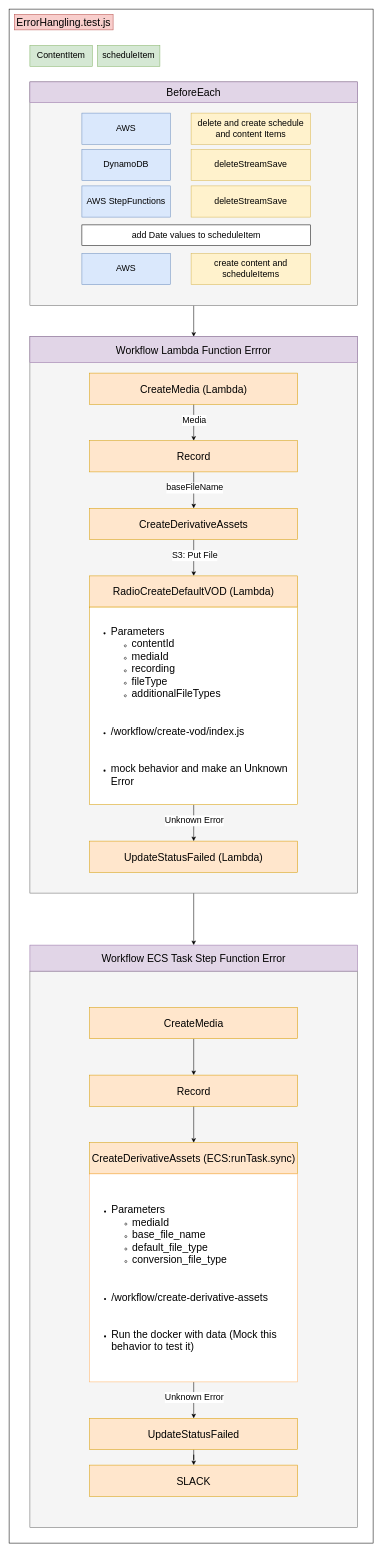
Above: test_design/AWS_test.drawio in brightlightkim/Coding_Design (draw.io), before the change. Source tidied: cells renumbered, new cells numbered last; positions are measured from the earlier drawing's top-left corner, leaving out a move shared by most shapes. Both pictures are drawn from the tidied source at 52%, with x=0, y=0 at pixel (9, 9).
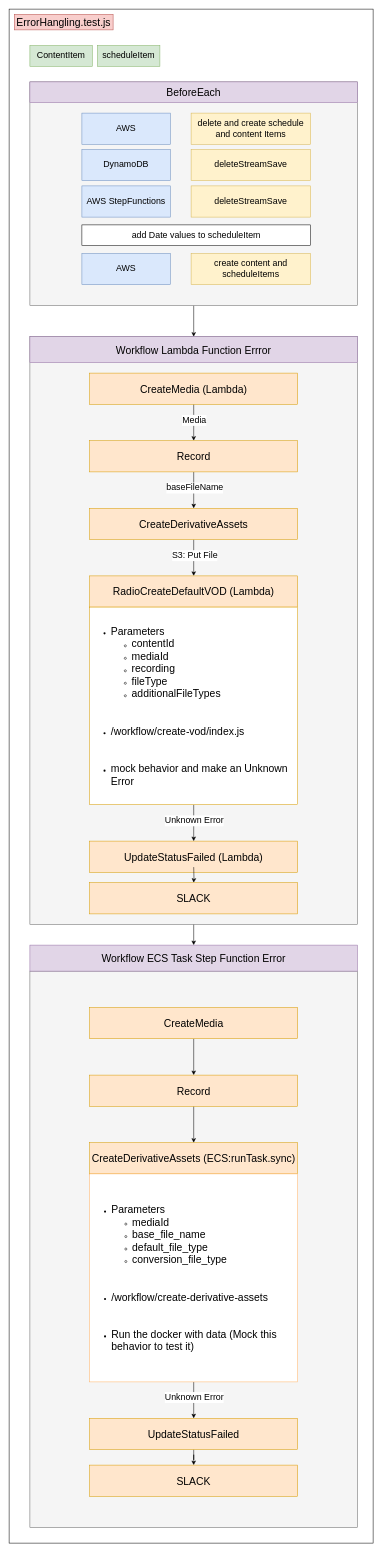
Above is the later version.

Diff of the diagram source:
```diff
@@
     <mxCell id="4" style="rounded=0;whiteSpace=wrap;html=1;fillColor=#f5f5f5;fontColor=#333333;strokeColor=#666666;" parent="1" vertex="1">
-      <mxGeometry x="40" y="630" width="630" height="1070" as="geometry" />
+      <mxGeometry x="40" y="630" width="630" height="1130" as="geometry" />
     </mxCell>
@@
+    <mxCell id="48" style="edgeStyle=orthogonalEdgeStyle;rounded=0;jettySize=auto;html=1;fontSize=17;" parent="1" edge="1" target="49">
+      <mxGeometry relative="1" as="geometry">
+        <mxPoint x="355" y="1650" as="sourcePoint" />
+      </mxGeometry>
+    </mxCell>
+    <mxCell id="49" value="&lt;font style=&quot;font-size: 20px&quot;&gt;SLACK&lt;/font&gt;" style="rounded=0;whiteSpace=wrap;html=1;fillColor=#ffe6cc;strokeColor=#d79b00;" parent="1" vertex="1">
+      <mxGeometry x="155" y="1680" width="400" height="60" as="geometry" />
+    </mxCell>
```
